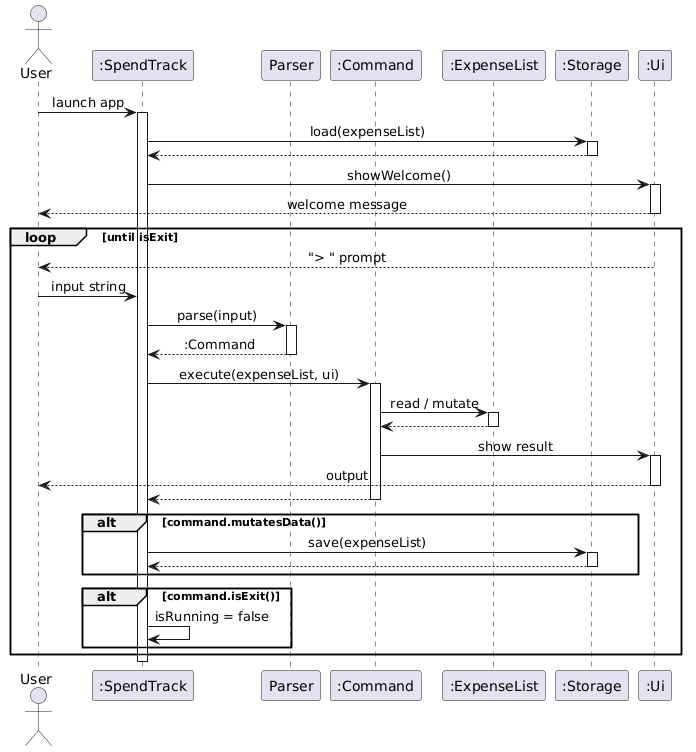
Above: docs/images/ArchitectureSequence.png in AbhijitBalajee/tp (PlantUML), before the change. The source it was exported from:
```plantuml
@startuml
!define BGCOLOR white
skinparam backgroundColor BGCOLOR
skinparam sequenceMessageAlign center

actor User
participant ":SpendTrack" as ST
participant "Parser" as P
participant ":Command" as CMD
participant ":ExpenseList" as EL
participant ":Storage" as S
participant ":Ui" as UI

User -> ST : launch app
activate ST

ST -> S : load(expenseList)
activate S
S --> ST
deactivate S

ST -> UI : showWelcome()
activate UI
UI --> User : welcome message
deactivate UI

loop until isExit
    UI --> User : "> " prompt
    User -> ST : input string
    ST -> P : parse(input)
    activate P
    P --> ST : :Command
    deactivate P

    ST -> CMD : execute(expenseList, ui)
    activate CMD
    CMD -> EL : read / mutate
    activate EL
    EL --> CMD
    deactivate EL
    CMD -> UI : show result
    activate UI
    UI --> User : output
    deactivate UI
    CMD --> ST
    deactivate CMD

    alt command.mutatesData()
        ST -> S : save(expenseList)
        activate S
        S --> ST
        deactivate S
    end

    alt command.isExit()
        ST -> ST : isRunning = false
    end
end

deactivate ST
@enduml
```
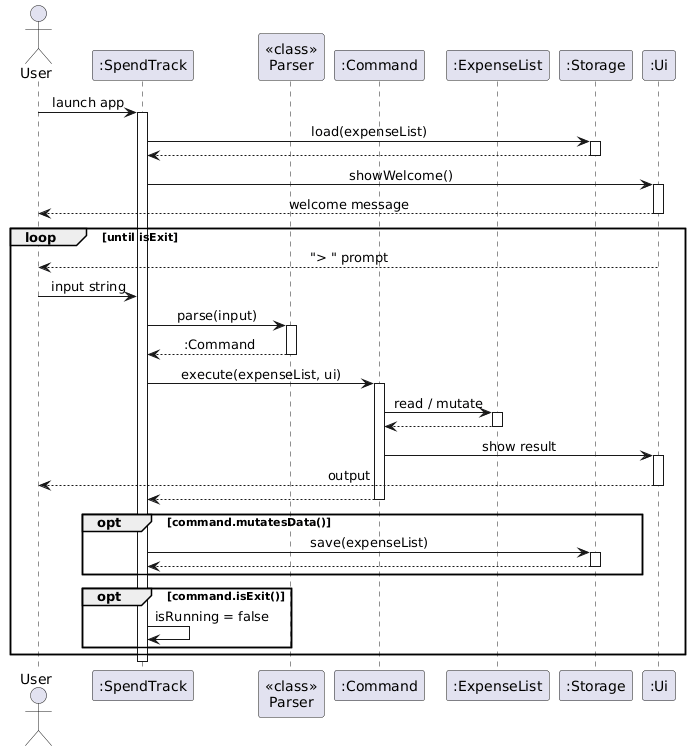
After the change.

The edit, as a diff of the source:
```diff
@@ -5,7 +5,7 @@
 
 actor User
 participant ":SpendTrack" as ST
-participant "Parser" as P
+participant "<<class>>\nParser" as P
 participant ":Command" as CMD
 participant ":ExpenseList" as EL
 participant ":Storage" as S
@@ -45,14 +45,14 @@
     CMD --> ST
     deactivate CMD
 
-    alt command.mutatesData()
+    opt command.mutatesData()
         ST -> S : save(expenseList)
         activate S
         S --> ST
         deactivate S
     end
 
-    alt command.isExit()
+    opt command.isExit()
         ST -> ST : isRunning = false
     end
 end
```
